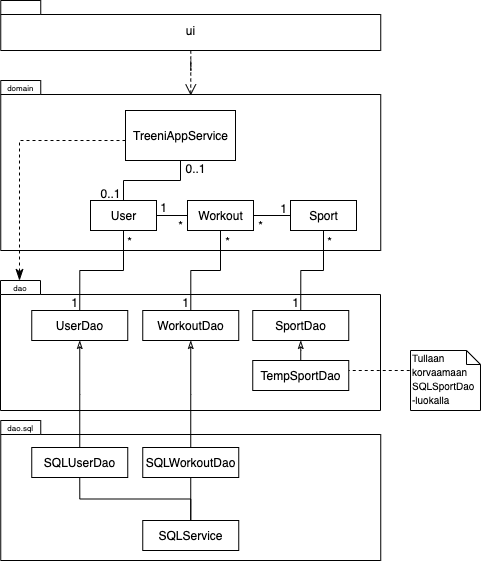
This is dokumentaatio/kuvat/pakkauskaavio.png from teemuoksanen/ot-harjoitustyo, a draw.io export, as it was before one commit. Source tidied: cells renumbered, new cells last; positions are measured from the earlier drawing's top-left corner, leaving out a move shared by most shapes.
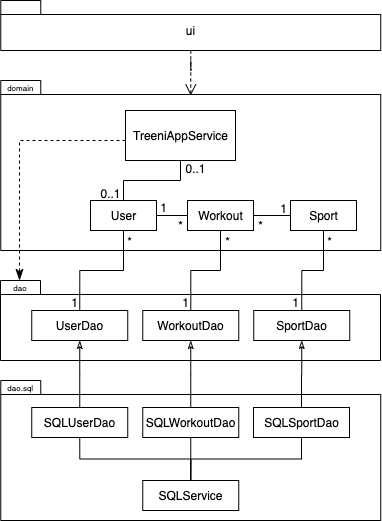
After the commit.

Commit message:
Pakkauskaavio päivitetty, käyttäjä-sekvenssikaaviot

Change to the diagram source:
```diff
@@ -3,7 +3,7 @@
     <mxCell id="0" />
     <mxCell id="1" parent="0" />
     <mxCell id="2" style="shape=folder;fontStyle=1;spacingTop=10;tabWidth=40;tabHeight=14;tabPosition=left;html=1;" parent="1" vertex="1">
-      <mxGeometry x="0.2" y="420" width="380" height="140" as="geometry" />
+      <mxGeometry x="0.2" y="380" width="380" height="140" as="geometry" />
     </mxCell>
     <mxCell id="3" style="edgeStyle=orthogonalEdgeStyle;rounded=0;jettySize=auto;html=1;entryX=0.5;entryY=0.088;entryDx=0;entryDy=0;entryPerimeter=0;dashed=1;startSize=6;endArrow=open;endFill=0;endSize=9;targetPerimeterSpacing=0;fontSize=12;" parent="1" edge="1" source="4" target="5">
       <mxGeometry relative="1" as="geometry" />
@@ -46,7 +46,7 @@
       <mxGeometry x="290" y="200" width="66" height="30" as="geometry" />
     </mxCell>
     <mxCell id="15" style="shape=folder;fontStyle=1;spacingTop=10;tabWidth=40;tabHeight=14;tabPosition=left;html=1;" parent="1" vertex="1">
-      <mxGeometry y="280" width="380" height="130" as="geometry" />
+      <mxGeometry y="280" width="380" height="80" as="geometry" />
     </mxCell>
     <mxCell id="16" value="dao" style="text;align=center;fontStyle=0;verticalAlign=middle;spacingLeft=3;spacingRight=3;strokeColor=none;points=[[0,0.5],[1,0.5]];portConstraint=eastwest;fontSize=8;" parent="1" vertex="1">
       <mxGeometry y="282" width="40" height="11" as="geometry" />
@@ -55,23 +55,17 @@
       <mxGeometry relative="1" as="geometry" />
     </mxCell>
     <mxCell id="18" value="SQLWorkoutDao" style="html=1;fontSize=12;" parent="1" vertex="1">
-      <mxGeometry x="142.2" y="447" width="96" height="30" as="geometry" />
+      <mxGeometry x="142.2" y="407" width="96" height="30" as="geometry" />
     </mxCell>
     <mxCell id="19" style="edgeStyle=elbowEdgeStyle;rounded=0;jettySize=auto;elbow=vertical;html=1;entryX=0.5;entryY=1;entryDx=0;entryDy=0;startArrow=none;startFill=0;startSize=6;endArrow=classicThin;endFill=0;endSize=6;targetPerimeterSpacing=0;fontSize=12;" parent="1" edge="1" source="20" target="25">
       <mxGeometry relative="1" as="geometry" />
     </mxCell>
     <mxCell id="20" value="SQLUserDao" style="html=1;fontSize=12;" parent="1" vertex="1">
-      <mxGeometry x="31.2" y="447" width="96" height="30" as="geometry" />
+      <mxGeometry x="31.2" y="407" width="96" height="30" as="geometry" />
     </mxCell>
-    <mxCell id="21" style="edgeStyle=elbowEdgeStyle;rounded=0;jettySize=auto;elbow=vertical;html=1;entryX=0.5;entryY=1;entryDx=0;entryDy=0;startArrow=none;startFill=0;startSize=6;endArrow=classicThin;endFill=0;endSize=6;targetPerimeterSpacing=0;fontSize=12;" parent="1" edge="1" source="23" target="26">
+    <mxCell id="21" style="edgeStyle=elbowEdgeStyle;rounded=0;jettySize=auto;elbow=vertical;html=1;entryX=0.5;entryY=1;entryDx=0;entryDy=0;startArrow=none;startFill=0;startSize=6;endArrow=classicThin;endFill=0;endSize=6;targetPerimeterSpacing=0;fontSize=12;exitX=0.5;exitY=0;exitDx=0;exitDy=0;" parent="1" edge="1" source="48" target="26">
       <mxGeometry relative="1" as="geometry" />
     </mxCell>
-    <mxCell id="22" style="edgeStyle=elbowEdgeStyle;rounded=0;jettySize=auto;elbow=vertical;html=1;exitX=0.5;exitY=1;exitDx=0;exitDy=0;entryX=0.5;entryY=0;entryDx=0;entryDy=0;entryPerimeter=0;startArrow=none;startFill=0;startSize=6;endArrow=none;endFill=0;endSize=6;targetPerimeterSpacing=0;fontSize=12;dashed=1;" parent="1" edge="1" source="23" target="42">
-      <mxGeometry relative="1" as="geometry" />
-    </mxCell>
-    <mxCell id="23" value="TempSportDao" style="html=1;fontSize=12;" parent="1" vertex="1">
-      <mxGeometry x="252.2" y="360" width="96" height="30" as="geometry" />
-    </mxCell>
     <mxCell id="24" value="WorkoutDao" style="html=1;fontSize=12;" parent="1" vertex="1">
       <mxGeometry x="142.2" y="310" width="96" height="30" as="geometry" />
     </mxCell>
@@ -79,7 +73,7 @@
       <mxGeometry x="31.2" y="310" width="96" height="30" as="geometry" />
     </mxCell>
     <mxCell id="26" value="SportDao" style="html=1;fontSize=12;" parent="1" vertex="1">
-      <mxGeometry x="252.2" y="310" width="96" height="30" as="geometry" />
+      <mxGeometry x="253.2" y="310" width="96" height="30" as="geometry" />
     </mxCell>
     <mxCell id="27" style="edgeStyle=orthogonalEdgeStyle;rounded=0;jettySize=auto;html=1;exitX=0.5;exitY=1;exitDx=0;exitDy=0;entryX=0.5;entryY=0;entryDx=0;entryDy=0;startSize=6;endArrow=none;endFill=0;endSize=9;targetPerimeterSpacing=0;fontSize=12;" parent="1" edge="1" source="14" target="26">
       <mxGeometry relative="1" as="geometry" />
@@ -150,11 +144,8 @@
         <mxPoint x="8.7" y="15.3" as="offset" />
       </mxGeometry>
     </mxCell>
-    <mxCell id="42" value="&lt;font style=&quot;font-size: 10px&quot;&gt;Tullaan &lt;br&gt;korvaamaan&lt;br&gt;SQLSportDao&lt;br&gt;-luokalla&lt;/font&gt;" style="shape=note;whiteSpace=wrap;html=1;size=14;verticalAlign=top;align=left;spacingTop=-6;fontSize=12;" parent="1" vertex="1">
-      <mxGeometry x="410" y="350" width="70" height="60" as="geometry" />
-    </mxCell>
     <mxCell id="43" value="dao.sql" style="text;align=center;fontStyle=0;verticalAlign=middle;spacingLeft=3;spacingRight=3;strokeColor=none;fontSize=8;" parent="1" vertex="1">
-      <mxGeometry x="0.2" y="422" width="40" height="11" as="geometry" />
+      <mxGeometry x="0.2" y="382" width="40" height="11" as="geometry" />
     </mxCell>
     <mxCell id="44" style="edgeStyle=orthogonalEdgeStyle;rounded=0;jettySize=auto;html=1;exitX=0.5;exitY=0;exitDx=0;exitDy=0;entryX=0.5;entryY=1;entryDx=0;entryDy=0;endArrow=none;endFill=0;" parent="1" edge="1" source="46" target="20">
       <mxGeometry relative="1" as="geometry" />
@@ -162,8 +153,14 @@
     <mxCell id="45" style="edgeStyle=orthogonalEdgeStyle;rounded=0;jettySize=auto;html=1;endArrow=none;endFill=0;" parent="1" edge="1" source="46" target="18">
       <mxGeometry relative="1" as="geometry" />
     </mxCell>
+    <mxCell id="47" style="edgeStyle=orthogonalEdgeStyle;rounded=0;jettySize=auto;html=1;exitX=0.5;exitY=0;exitDx=0;exitDy=0;endArrow=none;endFill=0;" parent="1" edge="1" source="46" target="48">
+      <mxGeometry relative="1" as="geometry" />
+    </mxCell>
     <mxCell id="46" value="SQLService" style="html=1;fontSize=12;" parent="1" vertex="1">
-      <mxGeometry x="142.2" y="520" width="96" height="30" as="geometry" />
+      <mxGeometry x="142.2" y="480" width="96" height="30" as="geometry" />
     </mxCell>
+    <mxCell id="48" value="SQLSportDao" style="html=1;fontSize=12;" parent="1" vertex="1">
+      <mxGeometry x="253" y="407" width="96" height="30" as="geometry" />
+    </mxCell>
   </root>
 </mxGraphModel>
```
